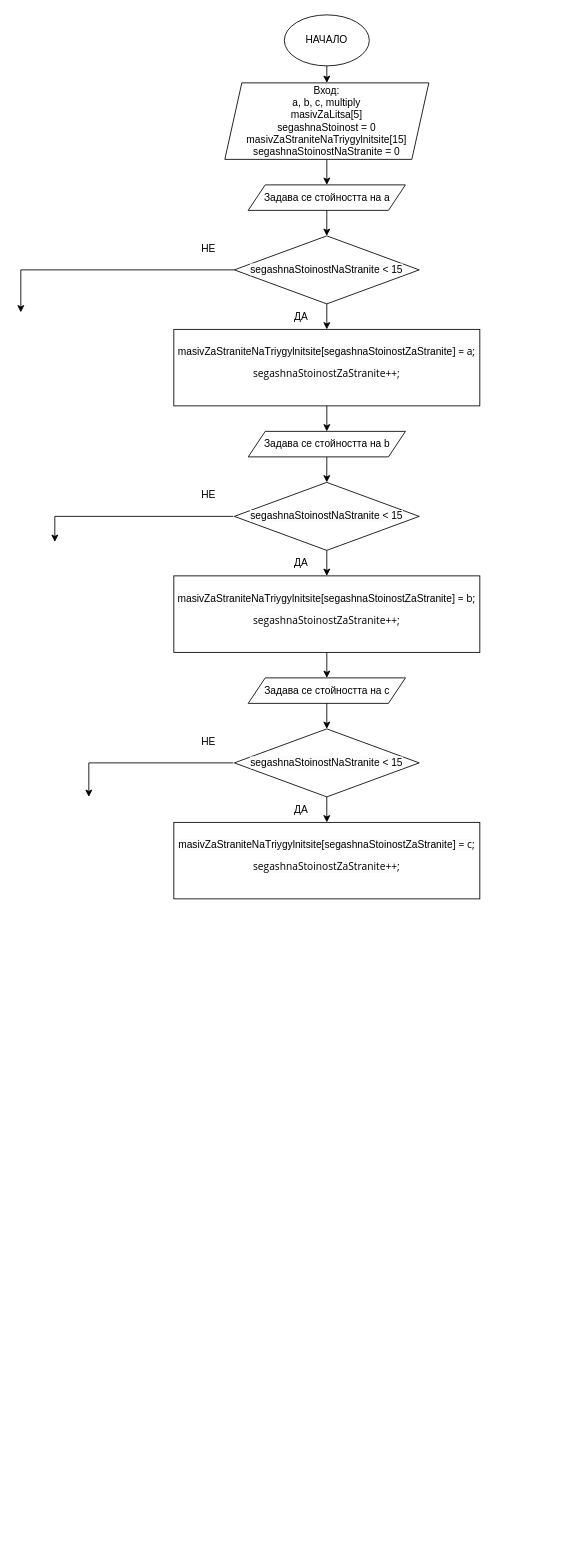
Above: KursovaRabotaProba10.1/Курсова Работа.drawio in PeshoS18/Kursova_Rabota (draw.io), before the change. Source tidied: cells renumbered, new cells numbered last; positions are measured from the earlier drawing's top-left corner, leaving out a move shared by most shapes. Both pictures are drawn from the tidied source at 85%, with x=0, y=0 at pixel (20, 14).
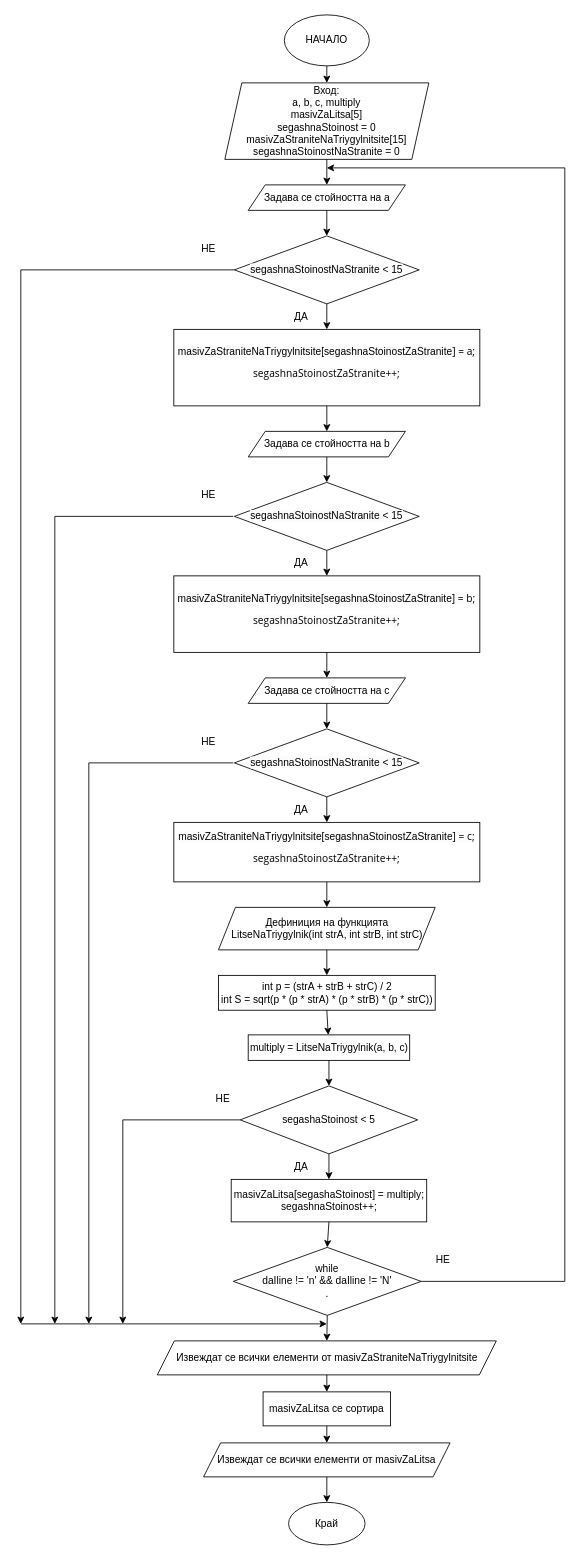
After the change.

The change refers to these unchanged cells:
```xml
<mxCell id="8" value="&lt;span style=&quot;color: rgb(0, 0, 0); font-family: Helvetica; font-size: 12px; font-style: normal; font-variant-ligatures: normal; font-variant-caps: normal; font-weight: 400; letter-spacing: normal; orphans: 2; text-align: center; text-indent: 0px; text-transform: none; widows: 2; word-spacing: 0px; -webkit-text-stroke-width: 0px; background-color: rgb(251, 251, 251); text-decoration-thickness: initial; text-decoration-style: initial; text-decoration-color: initial; float: none; display: inline !important;&quot;&gt;segashnaStoinostNaStranite &amp;lt; 15&lt;/span&gt;" style="rhombus;whiteSpace=wrap;html=1;" parent="1" vertex="1">
  <mxGeometry x="251.2" y="260" width="217.5" height="80" as="geometry" />
</mxCell>
```

The edit, as a diff of the source:
```diff
@@
     <mxCell id="11" style="endArrow=classic;html=1;rounded=0;exitX=0;exitY=0.5;exitDx=0;exitDy=0;" parent="1" edge="1" source="8">
       <mxGeometry relative="1" as="geometry">
-        <mxPoint y="350" as="targetPoint" />
+        <mxPoint y="1540" as="targetPoint" />
         <Array as="points">
           <mxPoint y="300" />
         </Array>
       </mxGeometry>
     </mxCell>
@@
     <mxCell id="22" style="endArrow=classic;html=1;rounded=0;" parent="1" edge="1">
       <mxGeometry relative="1" as="geometry">
         <mxPoint x="250" y="590" as="sourcePoint" />
-        <mxPoint x="40" y="620" as="targetPoint" />
+        <mxPoint x="40" y="1540" as="targetPoint" />
         <Array as="points">
           <mxPoint x="40" y="590" />
         </Array>
       </mxGeometry>
     </mxCell>
@@
     <mxCell id="26" value="&lt;div style=&quot;margin: 0px; padding: 0px; user-select: text; -webkit-user-drag: none; -webkit-tap-highlight-color: transparent; overflow: visible; cursor: text; clear: both; position: relative; direction: ltr; background-color: rgb(255, 255, 255);&quot; class=&quot;OutlineElement Ltr SCXW58210390 BCX0&quot;&gt;&lt;p style=&quot;margin: 0px 0px 10.6667px; padding: 0px; user-select: text; -webkit-user-drag: none; -webkit-tap-highlight-color: transparent; overflow-wrap: break-word; vertical-align: baseline; font-kerning: none; background-color: transparent; color: windowtext;&quot; class=&quot;Paragraph SCXW58210390 BCX0&quot;&gt;&lt;span style=&quot;font-family: Helvetica; background-color: rgb(251, 251, 251);&quot;&gt;masivZaStraniteNaTriygylnitsite[segashnaStoinostZaStranite&lt;/span&gt;&lt;span style=&quot;background-color: rgb(251, 251, 251);&quot;&gt;&lt;font face=&quot;Segoe UI, Segoe UI Web, Arial, Verdana, sans-serif&quot;&gt;] = c;&lt;/font&gt;&lt;/span&gt;&lt;/p&gt;&lt;p style=&quot;margin: 0px 0px 10.6667px; padding: 0px; user-select: text; -webkit-user-drag: none; -webkit-tap-highlight-color: transparent; overflow-wrap: break-word; vertical-align: baseline; font-kerning: none; background-color: transparent; color: windowtext;&quot; class=&quot;Paragraph SCXW58210390 BCX0&quot;&gt;&lt;span style=&quot;background-color: rgb(251, 251, 251);&quot;&gt;&lt;font face=&quot;Segoe UI, Segoe UI Web, Arial, Verdana, sans-serif&quot;&gt;segashnaStoinostZaStranite++;&lt;/font&gt;&lt;/span&gt;&lt;/p&gt;&lt;/div&gt;" style="rounded=0;whiteSpace=wrap;html=1;align=center;" parent="1" vertex="1">
-      <mxGeometry x="180" y="950" width="360" height="90" as="geometry" />
+      <mxGeometry x="180" y="950" width="360" height="70" as="geometry" />
     </mxCell>
@@
     <mxCell id="30" style="endArrow=classic;html=1;rounded=0;" parent="1" edge="1">
       <mxGeometry relative="1" as="geometry">
         <mxPoint x="250" y="880" as="sourcePoint" />
-        <mxPoint x="80" y="920" as="targetPoint" />
+        <mxPoint x="80" y="1540" as="targetPoint" />
         <Array as="points">
           <mxPoint x="80" y="880" />
         </Array>
       </mxGeometry>
     </mxCell>
@@
+    <mxCell id="32" style="endArrow=classic;html=1;rounded=0;exitX=0.5;exitY=1;exitDx=0;exitDy=0;entryX=0.5;entryY=0;entryDx=0;entryDy=0;" parent="1" edge="1" source="26" target="33">
+      <mxGeometry relative="1" as="geometry" />
+    </mxCell>
+    <mxCell id="33" value="Дефиниция на функцията&lt;br&gt;LitseNaTriygylnik(int strA, int strB, int strC)" style="shape=parallelogram;perimeter=parallelogramPerimeter;whiteSpace=wrap;html=1;fixedSize=1;" parent="1" vertex="1">
+      <mxGeometry x="232.5" y="1050" width="255" height="50" as="geometry" />
+    </mxCell>
+    <mxCell id="34" style="endArrow=classic;html=1;rounded=0;exitX=0.5;exitY=1;exitDx=0;exitDy=0;entryX=0.5;entryY=0;entryDx=0;entryDy=0;" parent="1" edge="1" source="33" target="35">
+      <mxGeometry relative="1" as="geometry" />
+    </mxCell>
+    <mxCell id="35" value="int p = (strA + strB + strC) / 2&lt;br&gt;int S = sqrt(p * (p * strA) * (p * strB) * (p * strC))" style="rounded=0;whiteSpace=wrap;html=1;" parent="1" vertex="1">
+      <mxGeometry x="232.5" y="1130" width="255" height="41" as="geometry" />
+    </mxCell>
+    <mxCell id="36" value="multiply = LitseNaTriygylnik(a, b, c)" style="rounded=0;whiteSpace=wrap;html=1;" parent="1" vertex="1">
+      <mxGeometry x="267.5" y="1200" width="190" height="30" as="geometry" />
+    </mxCell>
+    <mxCell id="37" style="endArrow=classic;html=1;rounded=0;exitX=0.5;exitY=1;exitDx=0;exitDy=0;" parent="1" edge="1" source="35" target="36">
+      <mxGeometry relative="1" as="geometry" />
+    </mxCell>
+    <mxCell id="38" value="segashaStoinost &amp;lt; 5" style="rhombus;whiteSpace=wrap;html=1;" parent="1" vertex="1">
+      <mxGeometry x="258.1" y="1260" width="208.8" height="80" as="geometry" />
+    </mxCell>
+    <mxCell id="39" style="endArrow=classic;html=1;rounded=0;exitX=0.5;exitY=1;exitDx=0;exitDy=0;entryX=0.5;entryY=0;entryDx=0;entryDy=0;" parent="1" edge="1" source="36" target="38">
+      <mxGeometry relative="1" as="geometry" />
+    </mxCell>
+    <mxCell id="40" style="endArrow=classic;html=1;rounded=0;exitX=0;exitY=0.5;exitDx=0;exitDy=0;" parent="1" edge="1" source="38">
+      <mxGeometry relative="1" as="geometry">
+        <mxPoint x="120" y="1540" as="targetPoint" />
+        <Array as="points">
+          <mxPoint x="120" y="1300" />
+        </Array>
+      </mxGeometry>
+    </mxCell>
+    <mxCell id="41" value="НЕ" style="text;html=1;strokeColor=none;fillColor=none;align=center;verticalAlign=middle;whiteSpace=wrap;rounded=0;" parent="1" vertex="1">
+      <mxGeometry x="207.5" y="1260" width="60" height="30" as="geometry" />
+    </mxCell>
+    <mxCell id="42" value="masivZaLitsa[segashaStoinost] = multiply;&lt;br&gt;segashnaStoinost++;" style="rounded=0;whiteSpace=wrap;html=1;" parent="1" vertex="1">
+      <mxGeometry x="247.5" y="1370" width="230" height="50" as="geometry" />
+    </mxCell>
+    <mxCell id="43" style="endArrow=classic;html=1;rounded=0;exitX=0.5;exitY=1;exitDx=0;exitDy=0;entryX=0.5;entryY=0;entryDx=0;entryDy=0;" parent="1" edge="1" source="38" target="42">
+      <mxGeometry relative="1" as="geometry" />
+    </mxCell>
+    <mxCell id="44" value="ДА" style="text;html=1;strokeColor=none;fillColor=none;align=center;verticalAlign=middle;whiteSpace=wrap;rounded=0;" parent="1" vertex="1">
+      <mxGeometry x="300" y="1340" width="60" height="30" as="geometry" />
+    </mxCell>
+    <mxCell id="45" value="while&lt;br&gt;daIline != 'n' &amp;amp;&amp;amp; daIline != 'N'&lt;br&gt;." style="rhombus;whiteSpace=wrap;html=1;" parent="1" vertex="1">
+      <mxGeometry x="250" y="1450" width="221" height="80" as="geometry" />
+    </mxCell>
+    <mxCell id="46" style="endArrow=classic;html=1;rounded=0;exitX=0.5;exitY=1;exitDx=0;exitDy=0;entryX=0.5;entryY=0;entryDx=0;entryDy=0;" parent="1" edge="1" source="42" target="45">
+      <mxGeometry relative="1" as="geometry" />
+    </mxCell>
+    <mxCell id="47" style="endArrow=classic;html=1;rounded=0;exitX=1;exitY=0.5;exitDx=0;exitDy=0;" parent="1" edge="1" source="45">
+      <mxGeometry relative="1" as="geometry">
+        <mxPoint x="360" y="180" as="targetPoint" />
+        <Array as="points">
+          <mxPoint x="640" y="1490" />
+          <mxPoint x="640" y="180" />
+        </Array>
+      </mxGeometry>
+    </mxCell>
+    <mxCell id="48" value="НЕ" style="text;html=1;strokeColor=none;fillColor=none;align=center;verticalAlign=middle;whiteSpace=wrap;rounded=0;" parent="1" vertex="1">
+      <mxGeometry x="467" y="1450" width="60" height="30" as="geometry" />
+    </mxCell>
+    <mxCell id="49" style="endArrow=classic;html=1;rounded=0;exitX=0.5;exitY=1;exitDx=0;exitDy=0;entryX=0.5;entryY=0;entryDx=0;entryDy=0;" parent="1" edge="1" source="45" target="50">
+      <mxGeometry relative="1" as="geometry" />
+    </mxCell>
+    <mxCell id="50" value="Извеждат се всички елементи от masivZaStraniteNaTriygylnitsite" style="shape=parallelogram;perimeter=parallelogramPerimeter;whiteSpace=wrap;html=1;fixedSize=1;" parent="1" vertex="1">
+      <mxGeometry x="160.6" y="1560" width="398.8" height="40" as="geometry" />
+    </mxCell>
+    <mxCell id="51" style="endArrow=classic;html=1;rounded=0;" parent="1" edge="1">
+      <mxGeometry relative="1" as="geometry">
+        <mxPoint y="1540" as="sourcePoint" />
+        <mxPoint x="360" y="1540" as="targetPoint" />
+      </mxGeometry>
+    </mxCell>
+    <mxCell id="52" value="masivZaLitsa се сортира" style="rounded=0;whiteSpace=wrap;html=1;" parent="1" vertex="1">
+      <mxGeometry x="285" y="1620" width="150" height="40" as="geometry" />
+    </mxCell>
+    <mxCell id="53" style="endArrow=classic;html=1;rounded=0;exitX=0.5;exitY=1;exitDx=0;exitDy=0;entryX=0.5;entryY=0;entryDx=0;entryDy=0;" parent="1" edge="1" source="50" target="52">
+      <mxGeometry relative="1" as="geometry" />
+    </mxCell>
+    <mxCell id="54" value="&lt;span style=&quot;color: rgb(0, 0, 0); font-family: Helvetica; font-size: 12px; font-style: normal; font-variant-ligatures: normal; font-variant-caps: normal; font-weight: 400; letter-spacing: normal; orphans: 2; text-align: center; text-indent: 0px; text-transform: none; widows: 2; word-spacing: 0px; -webkit-text-stroke-width: 0px; background-color: rgb(251, 251, 251); text-decoration-thickness: initial; text-decoration-style: initial; text-decoration-color: initial; float: none; display: inline !important;&quot;&gt;Извеждат се всички елементи от masivZaLitsa&lt;/span&gt;" style="shape=parallelogram;perimeter=parallelogramPerimeter;whiteSpace=wrap;html=1;fixedSize=1;" parent="1" vertex="1">
+      <mxGeometry x="215" y="1680" width="290" height="40" as="geometry" />
+    </mxCell>
+    <mxCell id="55" style="endArrow=classic;html=1;rounded=0;exitX=0.5;exitY=1;exitDx=0;exitDy=0;entryX=0.5;entryY=0;entryDx=0;entryDy=0;" parent="1" edge="1" source="52" target="54">
+      <mxGeometry relative="1" as="geometry" />
+    </mxCell>
+    <mxCell id="56" value="Край" style="ellipse;whiteSpace=wrap;html=1;" parent="1" vertex="1">
+      <mxGeometry x="315" y="1750" width="90" height="50" as="geometry" />
+    </mxCell>
+    <mxCell id="57" style="endArrow=classic;html=1;rounded=0;exitX=0.5;exitY=1;exitDx=0;exitDy=0;entryX=0.5;entryY=0;entryDx=0;entryDy=0;" parent="1" edge="1" source="54" target="56">
+      <mxGeometry relative="1" as="geometry" />
+    </mxCell>
```
